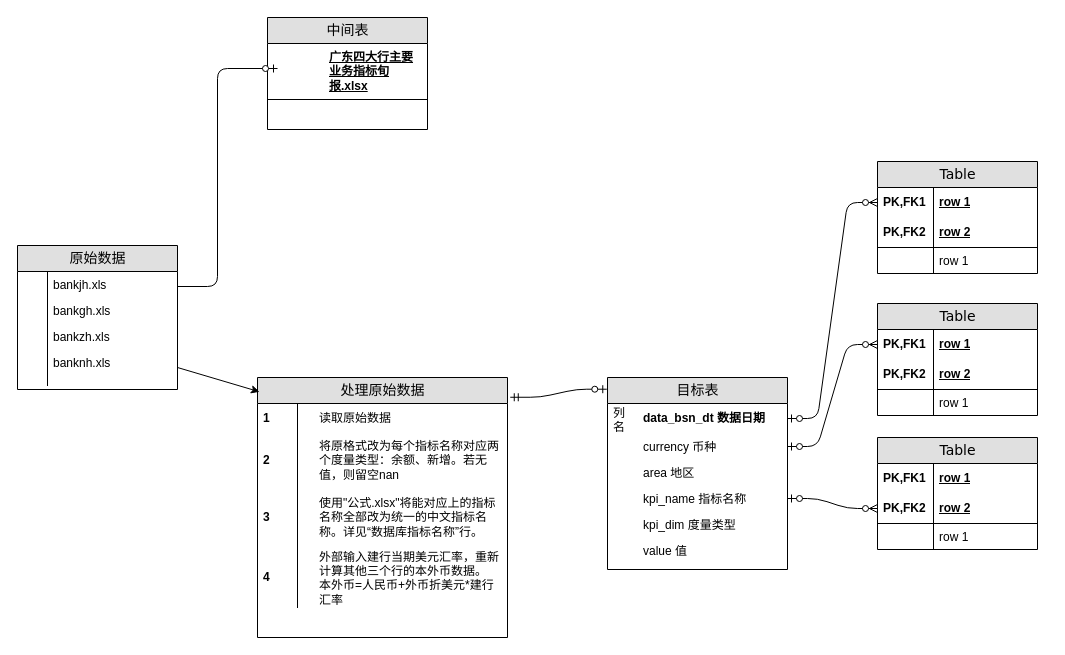
Earlier version of the draw.io diagram Untitled Diagram.drawio (kireihei/ProjectFlowchart2023). Source tidied: cells renumbered, new cells numbered last; positions are measured from the earlier drawing's top-left corner, leaving out a move shared by most shapes. Both pictures are drawn from the tidied source at 100%, with x=0, y=0 at pixel (17, 17).
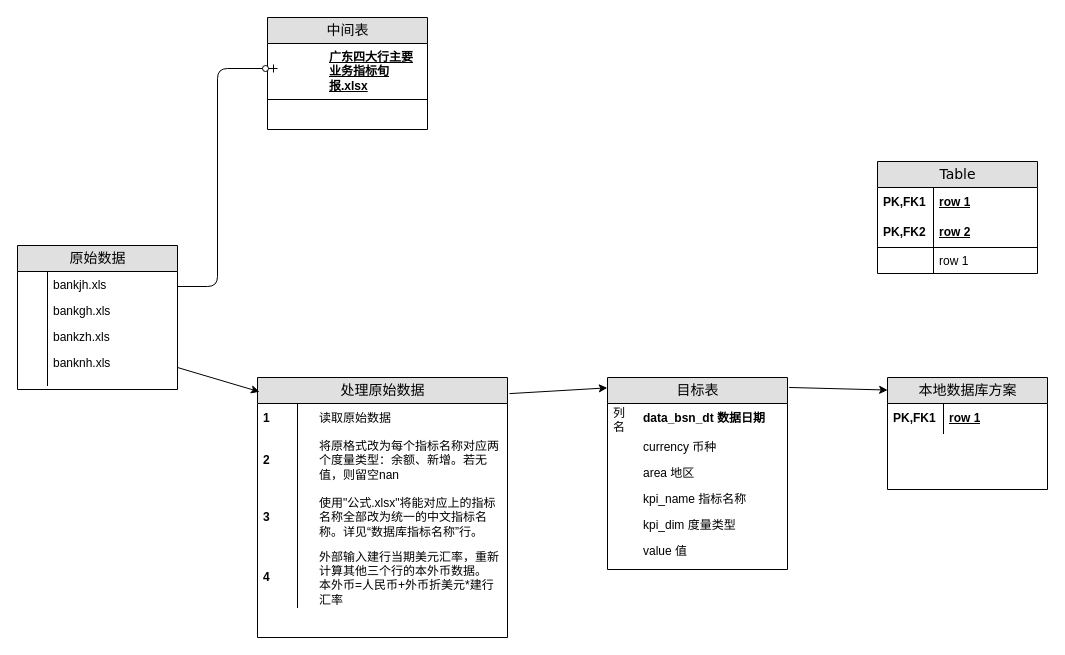
After the change.

Unchanged cells that the change refers to:
```xml
<mxCell id="4" value="目标表" style="swimlane;html=1;fontStyle=0;horizontal=1;startSize=26;fillColor=#e0e0e0;swimlaneFillColor=#ffffff;align=center;rounded=0;shadow=0;comic=0;labelBackgroundColor=none;strokeWidth=1;fontFamily=Verdana;fontSize=14;" parent="1" vertex="1">
  <mxGeometry x="590" y="360" width="180" height="192" as="geometry" />
</mxCell>
<mxCell id="5" value="&lt;span style=&quot;&quot;&gt;data_bsn_dt 数据日期&lt;/span&gt;" style="shape=partialRectangle;top=0;left=0;right=0;bottom=1;html=1;align=left;verticalAlign=middle;fillColor=none;spacingLeft=34;spacingRight=4;whiteSpace=wrap;overflow=hidden;points=[[0,0.5],[1,0.5]];portConstraint=eastwest;fontStyle=1;strokeColor=none;" parent="4" vertex="1">
  <mxGeometry y="26" width="180" height="30" as="geometry" />
</mxCell>
<mxCell id="7" value="currency 币种" style="shape=partialRectangle;top=0;left=0;right=0;bottom=0;html=1;align=left;verticalAlign=top;fillColor=none;spacingLeft=34;spacingRight=4;whiteSpace=wrap;overflow=hidden;points=[[0,0.5],[1,0.5]];portConstraint=eastwest;" parent="4" vertex="1">
  <mxGeometry y="56" width="180" height="26" as="geometry" />
</mxCell>
<mxCell id="9" value="kpi_name 指标名称" style="shape=partialRectangle;top=0;left=0;right=0;bottom=0;html=1;align=left;verticalAlign=top;fillColor=none;spacingLeft=34;spacingRight=4;whiteSpace=wrap;overflow=hidden;points=[[0,0.5],[1,0.5]];portConstraint=eastwest;" parent="4" vertex="1">
  <mxGeometry y="108" width="180" height="26" as="geometry" />
</mxCell>
<mxCell id="13" value="row 1" style="shape=partialRectangle;top=0;left=0;right=0;bottom=0;html=1;align=left;verticalAlign=middle;fillColor=none;spacingLeft=60;spacingRight=4;whiteSpace=wrap;overflow=hidden;points=[[0,0.5],[1,0.5]];portConstraint=eastwest;fontStyle=5;" parent="12" vertex="1">
  <mxGeometry y="26" width="160" height="30" as="geometry" />
</mxCell>
<mxCell id="19" value="处理原始数据" style="swimlane;html=1;fontStyle=0;horizontal=1;startSize=26;fillColor=#e0e0e0;swimlaneFillColor=#ffffff;align=center;rounded=0;shadow=0;comic=0;labelBackgroundColor=none;strokeWidth=1;fontFamily=Verdana;fontSize=14;" parent="1" vertex="1">
  <mxGeometry x="240" y="360" width="250" height="260" as="geometry" />
</mxCell>
```

What changed in the source:
```diff
@@
-    <mxCell id="28" style="edgeStyle=entityRelationEdgeStyle;html=1;endArrow=ERzeroToOne;startArrow=ERmandOne;labelBackgroundColor=none;fontFamily=Verdana;fontSize=14;exitX=1.011;exitY=0.076;entryX=-0.004;entryY=0.061;exitDx=0;exitDy=0;exitPerimeter=0;entryDx=0;entryDy=0;entryPerimeter=0;" parent="1" edge="1" source="19" target="4">
-      <mxGeometry relative="1" as="geometry" />
-    </mxCell>
-    <mxCell id="29" style="edgeStyle=entityRelationEdgeStyle;html=1;endArrow=ERzeroToMany;startArrow=ERzeroToOne;labelBackgroundColor=none;fontFamily=Verdana;fontSize=14;entryX=0;entryY=0.5;exitX=1;exitY=0.5;" parent="1" edge="1" source="5" target="13">
-      <mxGeometry relative="1" as="geometry" />
-    </mxCell>
-    <mxCell id="30" value="Table" style="swimlane;html=1;fontStyle=0;horizontal=1;startSize=26;fillColor=#e0e0e0;swimlaneFillColor=#ffffff;align=center;rounded=0;shadow=0;comic=0;labelBackgroundColor=none;strokeWidth=1;fontFamily=Verdana;fontSize=14;" parent="1" vertex="1">
-      <mxGeometry x="860" y="286" width="160" height="112" as="geometry" />
-    </mxCell>
-    <mxCell id="31" value="row 1" style="shape=partialRectangle;top=0;left=0;right=0;bottom=0;html=1;align=left;verticalAlign=middle;fillColor=none;spacingLeft=60;spacingRight=4;whiteSpace=wrap;overflow=hidden;points=[[0,0.5],[1,0.5]];portConstraint=eastwest;fontStyle=5;" parent="30" vertex="1">
-      <mxGeometry y="26" width="160" height="30" as="geometry" />
-    </mxCell>
-    <mxCell id="32" value="PK,FK1" style="shape=partialRectangle;fontStyle=1;top=0;left=0;bottom=0;html=1;fillColor=none;align=left;verticalAlign=middle;spacingLeft=4;spacingRight=4;whiteSpace=wrap;overflow=hidden;" parent="31" vertex="1">
-      <mxGeometry width="56" height="30" as="geometry" />
-    </mxCell>
-    <mxCell id="33" value="row 2" style="shape=partialRectangle;top=0;left=0;right=0;bottom=1;html=1;align=left;verticalAlign=middle;fillColor=none;spacingLeft=60;spacingRight=4;whiteSpace=wrap;overflow=hidden;fontStyle=5;" parent="30" vertex="1">
-      <mxGeometry y="56" width="160" height="30" as="geometry" />
-    </mxCell>
-    <mxCell id="34" value="PK,FK2" style="shape=partialRectangle;fontStyle=1;top=0;left=0;bottom=0;html=1;fillColor=none;align=left;verticalAlign=middle;spacingLeft=4;spacingRight=4;whiteSpace=wrap;overflow=hidden;" parent="33" vertex="1">
-      <mxGeometry width="56" height="30" as="geometry" />
-    </mxCell>
-    <mxCell id="35" value="row 1" style="shape=partialRectangle;top=0;left=0;right=0;bottom=0;html=1;align=left;verticalAlign=top;fillColor=none;spacingLeft=60;spacingRight=4;whiteSpace=wrap;overflow=hidden;" parent="30" vertex="1">
-      <mxGeometry y="86" width="160" height="26" as="geometry" />
-    </mxCell>
-    <mxCell id="36" style="shape=partialRectangle;top=0;left=0;bottom=0;html=1;fillColor=none;align=left;verticalAlign=top;spacingLeft=4;spacingRight=4;whiteSpace=wrap;overflow=hidden;" parent="35" vertex="1">
-      <mxGeometry width="56" height="26" as="geometry" />
-    </mxCell>
-    <mxCell id="37" value="Table" style="swimlane;html=1;fontStyle=0;horizontal=1;startSize=26;fillColor=#e0e0e0;swimlaneFillColor=#ffffff;align=center;rounded=0;shadow=0;comic=0;labelBackgroundColor=none;strokeWidth=1;fontFamily=Verdana;fontSize=14;" parent="1" vertex="1">
-      <mxGeometry x="860" y="420" width="160" height="112" as="geometry" />
+    <mxCell id="37" value="本地数据库方案" style="swimlane;html=1;fontStyle=0;horizontal=1;startSize=26;fillColor=#e0e0e0;swimlaneFillColor=#ffffff;align=center;rounded=0;shadow=0;comic=0;labelBackgroundColor=none;strokeWidth=1;fontFamily=Verdana;fontSize=14;" parent="1" vertex="1">
+      <mxGeometry x="870" y="360" width="160" height="112" as="geometry" />
     </mxCell>
@@
-    <mxCell id="40" value="row 2" style="shape=partialRectangle;top=0;left=0;right=0;bottom=1;html=1;align=left;verticalAlign=middle;fillColor=none;spacingLeft=60;spacingRight=4;whiteSpace=wrap;overflow=hidden;points=[[0,0.5],[1,0.5]];portConstraint=eastwest;fontStyle=5;" parent="37" vertex="1">
-      <mxGeometry y="56" width="160" height="30" as="geometry" />
-    </mxCell>
-    <mxCell id="41" value="PK,FK2" style="shape=partialRectangle;fontStyle=1;top=0;left=0;bottom=0;html=1;fillColor=none;align=left;verticalAlign=middle;spacingLeft=4;spacingRight=4;whiteSpace=wrap;overflow=hidden;" parent="40" vertex="1">
-      <mxGeometry width="56" height="30" as="geometry" />
-    </mxCell>
-    <mxCell id="42" value="row 1" style="shape=partialRectangle;top=0;left=0;right=0;bottom=0;html=1;align=left;verticalAlign=top;fillColor=none;spacingLeft=60;spacingRight=4;whiteSpace=wrap;overflow=hidden;" parent="37" vertex="1">
-      <mxGeometry y="86" width="160" height="26" as="geometry" />
-    </mxCell>
-    <mxCell id="43" style="shape=partialRectangle;top=0;left=0;bottom=0;html=1;fillColor=none;align=left;verticalAlign=top;spacingLeft=4;spacingRight=4;whiteSpace=wrap;overflow=hidden;" parent="42" vertex="1">
-      <mxGeometry width="56" height="26" as="geometry" />
-    </mxCell>
-    <mxCell id="44" style="edgeStyle=entityRelationEdgeStyle;html=1;endArrow=ERzeroToMany;startArrow=ERzeroToOne;labelBackgroundColor=none;fontFamily=Verdana;fontSize=14;entryX=0;entryY=0.5;exitX=1;exitY=0.5;" parent="1" edge="1" source="7" target="31">
-      <mxGeometry relative="1" as="geometry" />
-    </mxCell>
-    <mxCell id="45" style="edgeStyle=entityRelationEdgeStyle;html=1;endArrow=ERzeroToMany;startArrow=ERzeroToOne;labelBackgroundColor=none;fontFamily=Verdana;fontSize=14;entryX=0;entryY=0.5;exitX=1;exitY=0.5;" parent="1" edge="1" source="9" target="40">
-      <mxGeometry relative="1" as="geometry" />
-    </mxCell>
@@
+    <mxCell id="28" style="endArrow=classic;html=1;rounded=0;exitX=1.008;exitY=0.062;exitDx=0;exitDy=0;exitPerimeter=0;entryX=-0.001;entryY=0.054;entryDx=0;entryDy=0;entryPerimeter=0;" parent="1" edge="1" source="19" target="4">
+      <mxGeometry relative="1" as="geometry" />
+    </mxCell>
+    <mxCell id="57" style="endArrow=classic;html=1;rounded=0;exitX=1.009;exitY=0.052;exitDx=0;exitDy=0;exitPerimeter=0;entryX=0.001;entryY=0.112;entryDx=0;entryDy=0;entryPerimeter=0;" parent="1" edge="1" source="4" target="37">
+      <mxGeometry relative="1" as="geometry" />
+    </mxCell>
```
